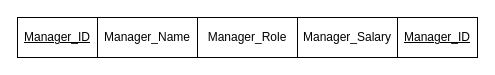
Earlier version of the draw.io diagram normalizationWIA2001assg.drawio (justn0thinghere/drawio). Source tidied: cells renumbered, new cells numbered last; positions are measured from the earlier drawing's top-left corner, leaving out a move shared by most shapes. Both pictures are drawn from the tidied source at 100%, with x=0, y=0 at pixel (17, 17).
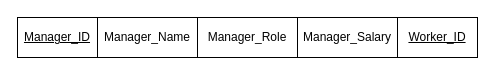
The same page after the edit.

The edit, as a diff of the source:
```diff
@@
 <mxGraphModel>
   <root>
     <mxCell id="0" />
     <mxCell id="1" parent="0" />
     <mxCell id="2" value="&lt;u&gt;Manager_ID&lt;/u&gt;" style="rounded=0;whiteSpace=wrap;html=1;" parent="1" vertex="1">
       <mxGeometry width="80" height="40" as="geometry" />
     </mxCell>
     <mxCell id="3" value="Manager_Name" style="rounded=0;whiteSpace=wrap;html=1;" parent="1" vertex="1">
       <mxGeometry x="80" width="100" height="40" as="geometry" />
     </mxCell>
     <mxCell id="4" value="Manager_Role" style="rounded=0;whiteSpace=wrap;html=1;" parent="1" vertex="1">
       <mxGeometry x="180" width="100" height="40" as="geometry" />
     </mxCell>
     <mxCell id="5" value="Manager_Salary" style="rounded=0;whiteSpace=wrap;html=1;" parent="1" vertex="1">
       <mxGeometry x="280" width="100" height="40" as="geometry" />
     </mxCell>
-    <mxCell id="6" value="&lt;u&gt;Manager_ID&lt;/u&gt;" style="rounded=0;whiteSpace=wrap;html=1;" parent="1" vertex="1">
+    <mxCell id="6" value="&lt;u&gt;Worker_ID&lt;/u&gt;" style="rounded=0;whiteSpace=wrap;html=1;" parent="1" vertex="1">
       <mxGeometry x="380" width="80" height="40" as="geometry" />
     </mxCell>
   </root>
 </mxGraphModel>
```
